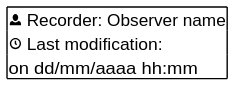
Before: use-case/collect/landing/observed-location-ui-technical-information.svg, a diagram exported from PlantUML (sumaris-net/sumaris-doc). Its source is kept beside it as use-case/collect/landing/observed-location-ui-technical-information.puml.
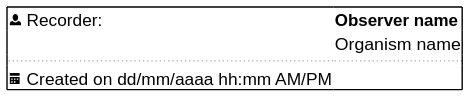
The same file after the commit.

Change to the diagram source:
```diff
@@ -1,7 +1,8 @@
 @startsalt
 {+
-<&person> Recorder: Observer name
-<&clock> Last modification:
-on  dd/mm/aaaa  hh:mm
+<&person> Recorder: | <b>Observer name
+.                   | Organism name
+.. | ..
+<&calendar> Created on dd/mm/aaaa  hh:mm AM/PM
 }
 @endsalt
```
